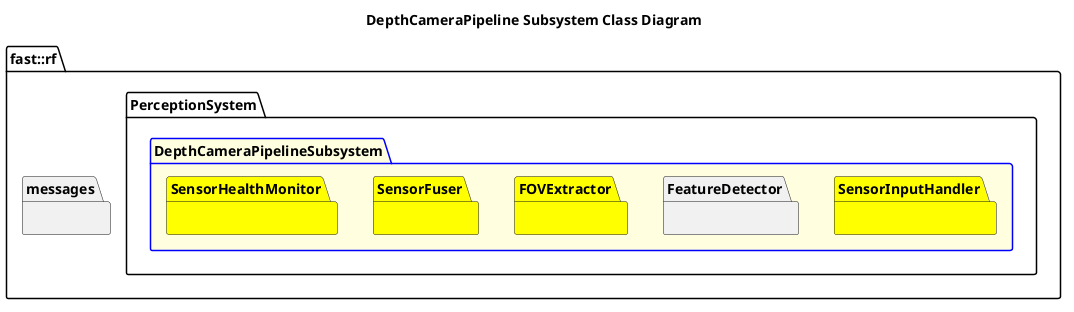
This is Systems/Perception/Subsystems/DepthCameraPipeline/doc/puml/DepthCameraPipelineSubsystemClassDiagram.png from fastrobotics/robot_framework, a PlantUML export, as it was before one commit.
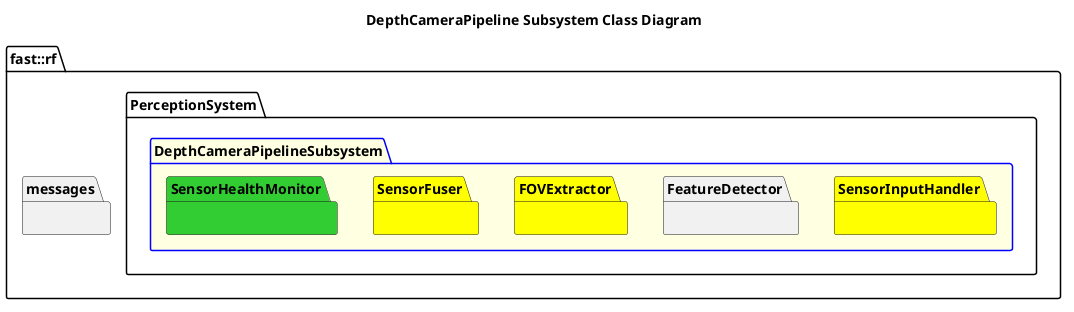
After the change.

The edit, as a diff of the source:
```diff
@@ -17,7 +17,7 @@
         namespace SensorFuser #Yellow {
 
         }
-        namespace SensorHealthMonitor #Yellow {
+        namespace SensorHealthMonitor #LimeGreen {
 
         }
     }
```
